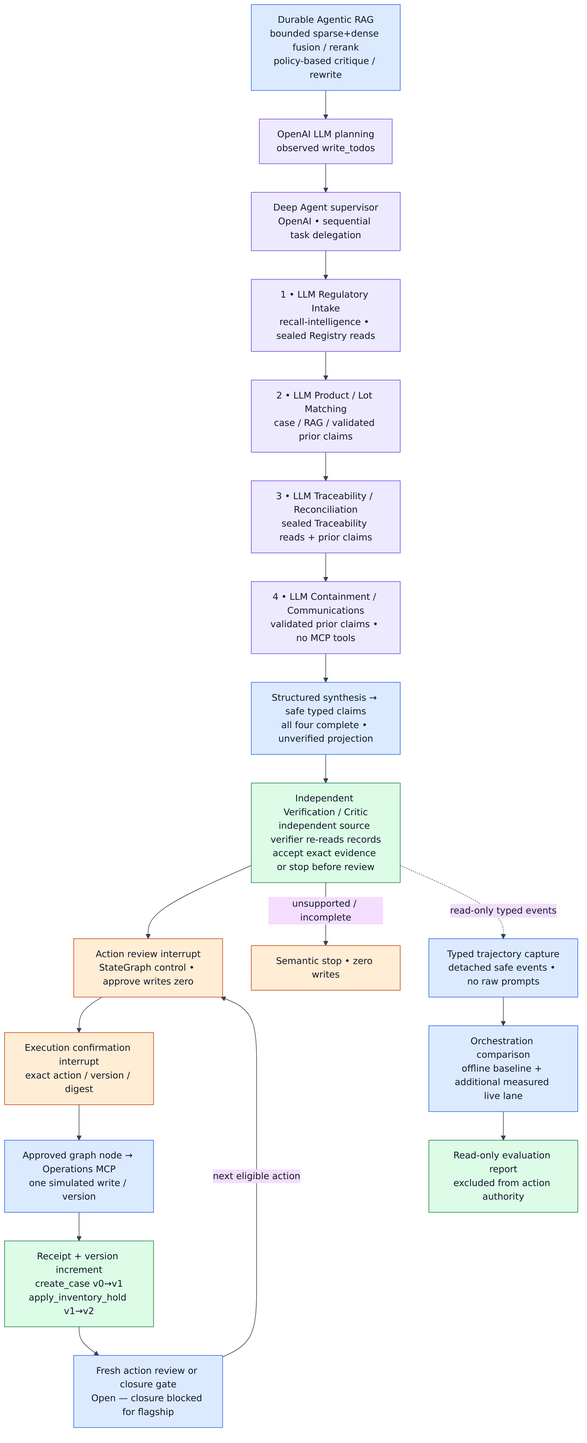
nagarjunakanamarlapudi/reacall-agents keeps this Mermaid diagram as docs/images/03_orchestration.png. Above is the earlier version. Its source is kept beside it as docs/images/03_orchestration.mmd. Source of this version:
```mermaid
flowchart TB
  classDef control fill:#dbeafe,stroke:#2563eb,color:#111827
  classDef llm fill:#ede9fe,stroke:#7c3aed,color:#111827
  classDef safe fill:#dcfce7,stroke:#15803d,color:#111827
  classDef human fill:#ffedd5,stroke:#c2410c,color:#111827
  RAG["Durable Agentic RAG<br/>bounded sparse+dense fusion / rerank<br/>policy-based critique / rewrite"]:::control
  P["OpenAI LLM planning<br/>observed write_todos"]:::llm
  DA["Deep Agent supervisor<br/>OpenAI • sequential task delegation"]:::llm
  RI["1 • LLM Regulatory Intake<br/>recall-intelligence • sealed Registry reads"]:::llm
  PM["2 • LLM Product / Lot Matching<br/>case / RAG / validated prior claims"]:::llm
  TR["3 • LLM Traceability / Reconciliation<br/>sealed Traceability reads + prior claims"]:::llm
  CO["4 • LLM Containment / Communications<br/>validated prior claims • no MCP tools"]:::llm
  CLAIMS["Structured synthesis → safe typed claims<br/>all four complete • unverified projection"]:::control
  VC["Independent Verification / Critic<br/>independent source verifier re-reads records<br/>accept exact evidence or stop before review"]:::safe
  AR["Action review interrupt<br/>StateGraph control • approve writes zero"]:::human
  EC["Execution confirmation interrupt<br/>exact action / version / digest"]:::human
  W["Approved graph node → Operations MCP<br/>one simulated write / version"]:::control
  RCPT["Receipt + version increment<br/>create_case v0→v1<br/>apply_inventory_hold v1→v2"]:::safe
  NEXT["Fresh action review or closure gate<br/>Open — closure blocked for flagship"]:::control
  RAG --> P --> DA --> RI --> PM --> TR --> CO --> CLAIMS --> VC --> AR --> EC --> W --> RCPT --> NEXT
  NEXT -->|next eligible action| AR
  VC -->|unsupported / incomplete| STOP["Semantic stop • zero writes"]:::human
  TC["Typed trajectory capture<br/>detached safe events • no raw prompts"]:::control
  OE["Orchestration comparison<br/>offline baseline + additional measured live lane"]:::control
  ER["Read-only evaluation report<br/>excluded from action authority"]:::safe
  TC --> OE --> ER
  VC -. read-only typed events .-> TC
```
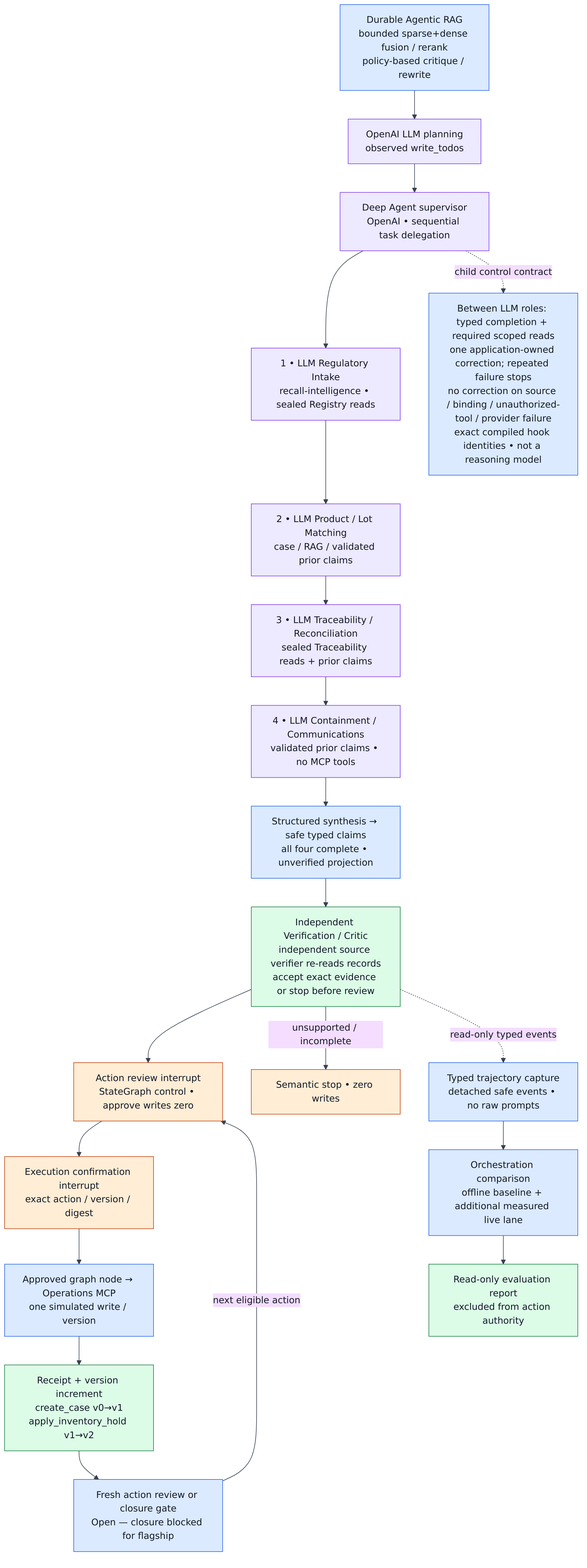
After the change.

What changed in the source:
```diff
@@ -18,6 +18,8 @@
   RCPT["Receipt + version increment<br/>create_case v0→v1<br/>apply_inventory_hold v1→v2"]:::safe
   NEXT["Fresh action review or closure gate<br/>Open — closure blocked for flagship"]:::control
   RAG --> P --> DA --> RI --> PM --> TR --> CO --> CLAIMS --> VC --> AR --> EC --> W --> RCPT --> NEXT
+  CHILD["Between LLM roles: typed completion + required scoped reads<br/>one application-owned correction; repeated failure stops<br/>no correction on source / binding / unauthorized-tool / provider failure<br/>exact compiled hook identities • not a reasoning model"]:::control
+  DA -. child control contract .-> CHILD
   NEXT -->|next eligible action| AR
   VC -->|unsupported / incomplete| STOP["Semantic stop • zero writes"]:::human
   TC["Typed trajectory capture<br/>detached safe events • no raw prompts"]:::control
```
